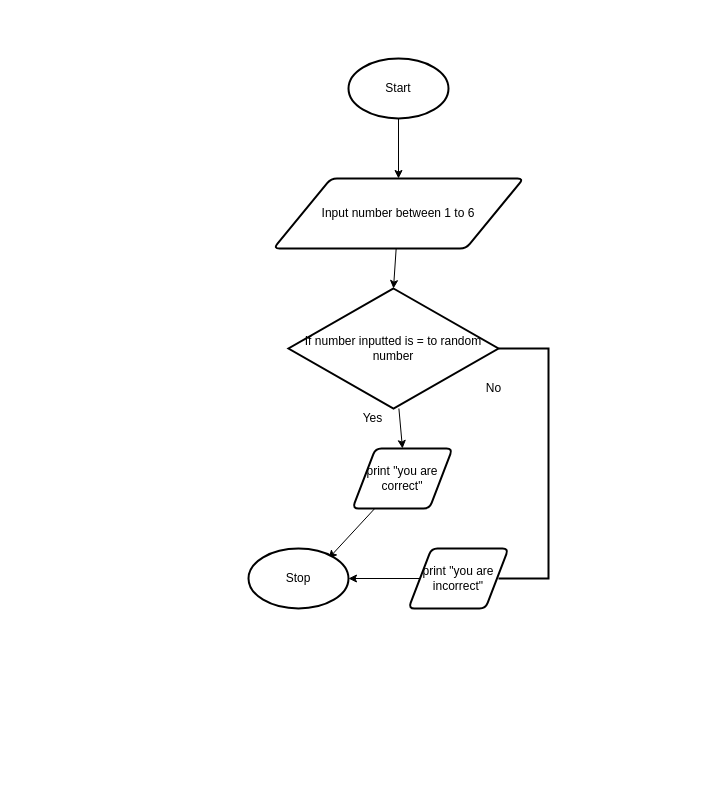
Earlier version of the draw.io diagram design/flowchart.drawio (marshall-demars/ICS2O-Unit5-01-HTML). Source tidied: cells renumbered, new cells numbered last; positions are measured from the earlier drawing's top-left corner, leaving out a move shared by most shapes. Both pictures are drawn from the tidied source at 100%, with x=0, y=0 at pixel (248, 58).
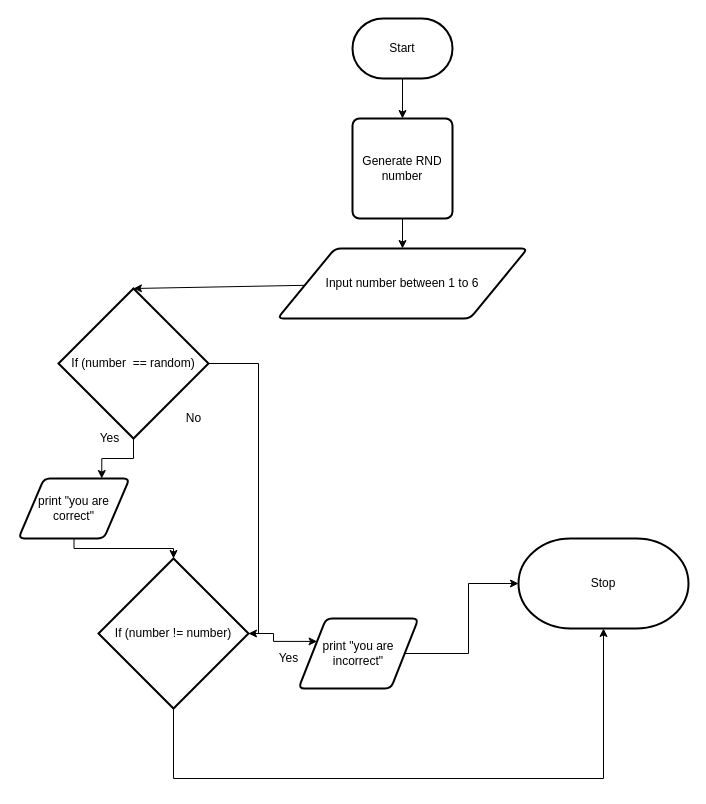
Above is the later version.

Change to the diagram source:
```diff
@@
-    <mxCell id="2" style="edgeStyle=none;html=1;" parent="1" edge="1" source="3" target="5">
-      <mxGeometry relative="1" as="geometry" />
-    </mxCell>
-    <mxCell id="3" value="Start" style="strokeWidth=2;html=1;shape=mxgraph.flowchart.start_1;whiteSpace=wrap;" parent="1" vertex="1">
-      <mxGeometry x="100" width="100" height="60" as="geometry" />
-    </mxCell>
@@
     <mxCell id="5" value="Input number between 1 to 6" style="shape=parallelogram;html=1;strokeWidth=2;perimeter=parallelogramPerimeter;whiteSpace=wrap;rounded=1;arcSize=12;size=0.23;" parent="1" vertex="1">
-      <mxGeometry x="25" y="120" width="250" height="70" as="geometry" />
+      <mxGeometry x="29" y="190" width="250" height="70" as="geometry" />
     </mxCell>
-    <mxCell id="6" style="edgeStyle=none;html=1;entryX=0.5;entryY=0;entryDx=0;entryDy=0;" parent="1" edge="1" source="7" target="9">
+    <mxCell id="6" style="edgeStyle=orthogonalEdgeStyle;html=1;entryX=0.75;entryY=0;entryDx=0;entryDy=0;rounded=0;" parent="1" edge="1" source="7" target="9">
       <mxGeometry relative="1" as="geometry" />
     </mxCell>
+    <mxCell id="16" style="edgeStyle=orthogonalEdgeStyle;shape=connector;rounded=0;html=1;labelBackgroundColor=default;fontFamily=Helvetica;fontSize=11;fontColor=default;endArrow=classic;strokeColor=default;entryX=1;entryY=0.5;entryDx=0;entryDy=0;entryPerimeter=0;" parent="1" edge="1" source="7" target="24">
+      <mxGeometry relative="1" as="geometry">
+        <Array as="points">
+          <mxPoint x="10" y="305" />
+          <mxPoint x="10" y="575" />
+        </Array>
+      </mxGeometry>
+    </mxCell>
-    <mxCell id="7" value="If number inputted is = to random number" style="strokeWidth=2;html=1;shape=mxgraph.flowchart.decision;whiteSpace=wrap;" parent="1" vertex="1">
-      <mxGeometry x="40" y="230" width="210" height="120" as="geometry" />
+    <mxCell id="7" value="If (number&amp;nbsp; == random)" style="strokeWidth=2;html=1;shape=mxgraph.flowchart.decision;whiteSpace=wrap;" parent="1" vertex="1">
+      <mxGeometry x="-190" y="230" width="150" height="150" as="geometry" />
     </mxCell>
-    <mxCell id="8" style="edgeStyle=none;html=1;" parent="1" edge="1" source="9">
-      <mxGeometry relative="1" as="geometry">
-        <mxPoint x="80" y="500" as="targetPoint" />
-      </mxGeometry>
-    </mxCell>
+    <mxCell id="17" style="edgeStyle=orthogonalEdgeStyle;shape=connector;rounded=0;html=1;entryX=0.5;entryY=0;entryDx=0;entryDy=0;entryPerimeter=0;labelBackgroundColor=default;fontFamily=Helvetica;fontSize=11;fontColor=default;endArrow=classic;strokeColor=default;" parent="1" edge="1" source="9" target="24">
+      <mxGeometry relative="1" as="geometry" />
+    </mxCell>
     <mxCell id="9" value="print &quot;you are correct&quot;" style="shape=parallelogram;html=1;strokeWidth=2;perimeter=parallelogramPerimeter;whiteSpace=wrap;rounded=1;arcSize=12;size=0.23;" parent="1" vertex="1">
-      <mxGeometry x="104" y="390" width="100" height="60" as="geometry" />
+      <mxGeometry x="-230" y="420" width="111" height="60" as="geometry" />
     </mxCell>
-    <mxCell id="10" value="Stop" style="strokeWidth=2;html=1;shape=mxgraph.flowchart.start_1;whiteSpace=wrap;" parent="1" vertex="1">
-      <mxGeometry y="490" width="100" height="60" as="geometry" />
-    </mxCell>
-    <mxCell id="11" value="Yes" style="text;html=1;align=center;verticalAlign=middle;fillColor=none;strokeColor=none;rounded=0;" parent="1" vertex="1">
-      <mxGeometry x="104" y="350" width="40" height="20" as="geometry" />
-    </mxCell>
     <mxCell id="12" value="No" style="text;html=1;align=center;verticalAlign=middle;fillColor=none;strokeColor=none;rounded=0;" parent="1" vertex="1">
-      <mxGeometry x="230" y="320" width="30" height="20" as="geometry" />
+      <mxGeometry x="-70" y="350" width="30" height="20" as="geometry" />
     </mxCell>
-    <mxCell id="13" style="strokeWidth=2;html=1;shape=mxgraph.flowchart.annotation_1;align=left;rotation=-180;" parent="1" vertex="1">
-      <mxGeometry x="250" y="290" width="50" height="230" as="geometry" />
-    </mxCell>
-    <mxCell id="14" style="edgeStyle=orthogonalEdgeStyle;html=1;entryX=1;entryY=0.5;entryDx=0;entryDy=0;entryPerimeter=0;" parent="1" edge="1" source="15" target="10">
+    <mxCell id="14" style="edgeStyle=orthogonalEdgeStyle;shape=connector;rounded=0;html=1;entryX=0;entryY=0.5;entryDx=0;entryDy=0;entryPerimeter=0;labelBackgroundColor=default;fontFamily=Helvetica;fontSize=11;fontColor=default;endArrow=classic;strokeColor=default;" parent="1" edge="1" source="15" target="10">
       <mxGeometry relative="1" as="geometry" />
     </mxCell>
     <mxCell id="15" value="print &quot;you are incorrect&quot;" style="shape=parallelogram;html=1;strokeWidth=2;perimeter=parallelogramPerimeter;whiteSpace=wrap;rounded=1;arcSize=12;size=0.23;" parent="1" vertex="1">
-      <mxGeometry x="160" y="490" width="100" height="60" as="geometry" />
+      <mxGeometry x="50" y="560" width="120" height="70" as="geometry" />
     </mxCell>
+    <mxCell id="18" style="edgeStyle=none;html=1;entryX=0.5;entryY=0;entryDx=0;entryDy=0;" parent="1" edge="1" source="3" target="20">
+      <mxGeometry relative="1" as="geometry" />
+    </mxCell>
+    <mxCell id="3" value="Start" style="strokeWidth=2;html=1;shape=mxgraph.flowchart.terminator;whiteSpace=wrap;" parent="1" vertex="1">
+      <mxGeometry x="104" y="-40" width="100" height="60" as="geometry" />
+    </mxCell>
+    <mxCell id="10" value="Stop" style="strokeWidth=2;html=1;shape=mxgraph.flowchart.terminator;whiteSpace=wrap;" parent="1" vertex="1">
+      <mxGeometry x="270" y="480" width="170" height="90" as="geometry" />
+    </mxCell>
+    <mxCell id="19" style="edgeStyle=none;html=1;" parent="1" edge="1" source="20" target="5">
+      <mxGeometry relative="1" as="geometry" />
+    </mxCell>
+    <mxCell id="20" value="Generate RND number" style="rounded=1;whiteSpace=wrap;html=1;absoluteArcSize=1;arcSize=14;strokeWidth=2;" parent="1" vertex="1">
+      <mxGeometry x="104" y="60" width="100" height="100" as="geometry" />
+    </mxCell>
+    <mxCell id="21" value="Yes" style="text;html=1;align=center;verticalAlign=middle;fillColor=none;strokeColor=none;rounded=0;" parent="1" vertex="1">
+      <mxGeometry x="-159" y="370" width="40" height="20" as="geometry" />
+    </mxCell>
+    <mxCell id="22" style="edgeStyle=orthogonalEdgeStyle;shape=connector;rounded=0;html=1;entryX=0;entryY=0.25;entryDx=0;entryDy=0;labelBackgroundColor=default;fontFamily=Helvetica;fontSize=11;fontColor=default;endArrow=classic;strokeColor=default;" parent="1" edge="1" source="24" target="15">
+      <mxGeometry relative="1" as="geometry" />
+    </mxCell>
+    <mxCell id="23" style="edgeStyle=orthogonalEdgeStyle;shape=connector;rounded=0;html=1;entryX=0.5;entryY=1;entryDx=0;entryDy=0;entryPerimeter=0;labelBackgroundColor=default;fontFamily=Helvetica;fontSize=11;fontColor=default;endArrow=classic;strokeColor=default;" parent="1" edge="1" source="24" target="10">
+      <mxGeometry relative="1" as="geometry">
+        <Array as="points">
+          <mxPoint x="-75" y="720" />
+          <mxPoint x="355" y="720" />
+        </Array>
+      </mxGeometry>
+    </mxCell>
+    <mxCell id="24" value="If (number != number)" style="strokeWidth=2;html=1;shape=mxgraph.flowchart.decision;whiteSpace=wrap;" parent="1" vertex="1">
+      <mxGeometry x="-150" y="500" width="150" height="150" as="geometry" />
+    </mxCell>
+    <mxCell id="25" value="Yes" style="text;html=1;align=center;verticalAlign=middle;fillColor=none;strokeColor=none;rounded=0;" parent="1" vertex="1">
+      <mxGeometry x="20" y="590" width="40" height="20" as="geometry" />
+    </mxCell>
```
